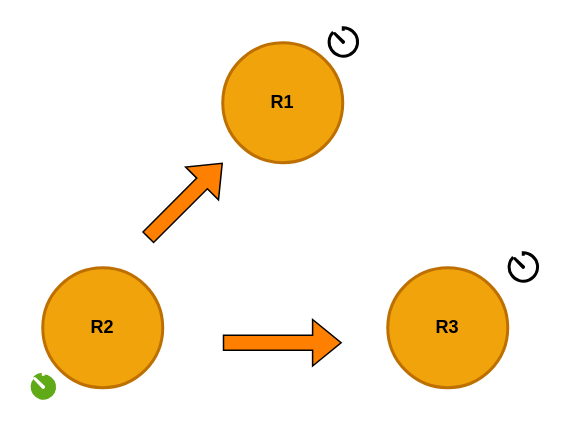
The draw.io diagram assets/etcd.drawio in aditya109/journey-CKA, before the edit. Source tidied: cells renumbered, new cells numbered last; positions are measured from the earlier drawing's top-left corner, leaving out a move shared by most shapes. Both pictures are drawn from the tidied source at 150%, with x=0, y=0 at pixel (27, 27).
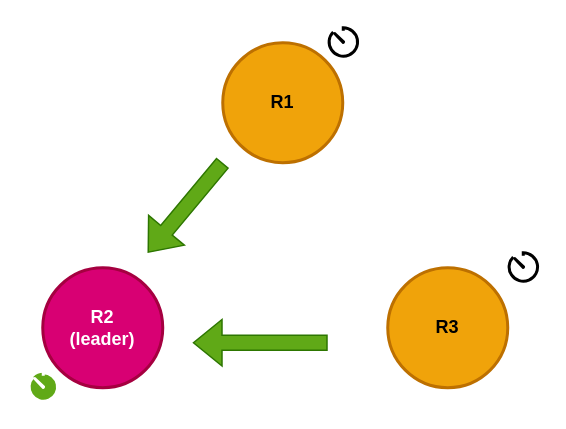
The same page after the edit.

What changed in the source:
```diff
@@
 <mxGraphModel>
   <root>
     <mxCell id="0" />
     <mxCell id="1" parent="0" />
     <mxCell id="2" value="R1" style="ellipse;whiteSpace=wrap;html=1;fillColor=#f0a30a;fontColor=#000000;strokeColor=#BD7000;strokeWidth=2;fontStyle=1;perimeterSpacing=0;" parent="1" vertex="1">
       <mxGeometry x="130" y="10" width="80" height="80" as="geometry" />
     </mxCell>
-    <mxCell id="3" value="R2" style="ellipse;whiteSpace=wrap;html=1;fillColor=#f0a30a;fontColor=#000000;strokeColor=#BD7000;strokeWidth=2;fontStyle=1;" parent="1" vertex="1">
+    <mxCell id="3" value="R2&lt;br&gt;(leader)" style="ellipse;whiteSpace=wrap;html=1;fillColor=#d80073;fontColor=#ffffff;strokeColor=#A50040;strokeWidth=2;fontStyle=1;" parent="1" vertex="1">
       <mxGeometry x="10" y="160" width="80" height="80" as="geometry" />
     </mxCell>
     <mxCell id="4" value="R3" style="ellipse;whiteSpace=wrap;html=1;fillColor=#f0a30a;fontColor=#000000;strokeColor=#BD7000;strokeWidth=2;fontStyle=1;" parent="1" vertex="1">
       <mxGeometry x="240" y="160" width="80" height="80" as="geometry" />
     </mxCell>
     <mxCell id="5" style="html=1;verticalLabelPosition=bottom;align=center;labelBackgroundColor=#ffffff;verticalAlign=top;strokeWidth=2;strokeColor=#000000;shadow=0;dashed=0;shape=mxgraph.ios7.icons.gauge;fillColor=none;" parent="1" vertex="1">
       <mxGeometry x="200" width="20.6" height="20" as="geometry" />
     </mxCell>
     <mxCell id="6" style="html=1;verticalLabelPosition=bottom;align=center;labelBackgroundColor=#ffffff;verticalAlign=top;strokeWidth=2;strokeColor=#FFFFFF;shadow=0;dashed=0;shape=mxgraph.ios7.icons.gauge;fillColor=#60a917;fontColor=#ffffff;" parent="1" vertex="1">
       <mxGeometry y="230" width="20.6" height="20" as="geometry" />
     </mxCell>
     <mxCell id="7" style="html=1;verticalLabelPosition=bottom;align=center;labelBackgroundColor=#ffffff;verticalAlign=top;strokeWidth=2;strokeColor=#000000;shadow=0;dashed=0;shape=mxgraph.ios7.icons.gauge;fillColor=none;" parent="1" vertex="1">
       <mxGeometry x="320" y="150" width="20.6" height="20" as="geometry" />
     </mxCell>
-    <mxCell id="8" style="shape=flexArrow;endArrow=classic;html=1;rounded=0;fillColor=#FF8000;" parent="1" edge="1">
+    <mxCell id="8" style="shape=flexArrow;endArrow=classic;html=1;rounded=0;fillColor=#60a917;strokeColor=#2D7600;" parent="1" edge="1">
       <mxGeometry relative="1" as="geometry">
-        <mxPoint x="80" y="140" as="sourcePoint" />
-        <mxPoint x="130" y="90" as="targetPoint" />
+        <mxPoint x="130" y="90" as="sourcePoint" />
+        <mxPoint x="80" y="150" as="targetPoint" />
       </mxGeometry>
     </mxCell>
-    <mxCell id="9" style="shape=flexArrow;endArrow=classic;html=1;rounded=0;fillColor=#FF8000;" parent="1" edge="1">
-      <mxGeometry relative="1" as="geometry">
-        <mxPoint x="130" y="210" as="sourcePoint" />
-        <mxPoint x="209.4" y="210" as="targetPoint" />
-      </mxGeometry>
-    </mxCell>
+    <mxCell id="10" style="shape=flexArrow;endArrow=classic;html=1;rounded=0;fillColor=#60a917;strokeColor=#2D7600;" parent="1" edge="1">
+      <mxGeometry relative="1" as="geometry">
+        <mxPoint x="200" y="210" as="sourcePoint" />
+        <mxPoint x="110" y="210" as="targetPoint" />
+      </mxGeometry>
+    </mxCell>
   </root>
 </mxGraphModel>
```
